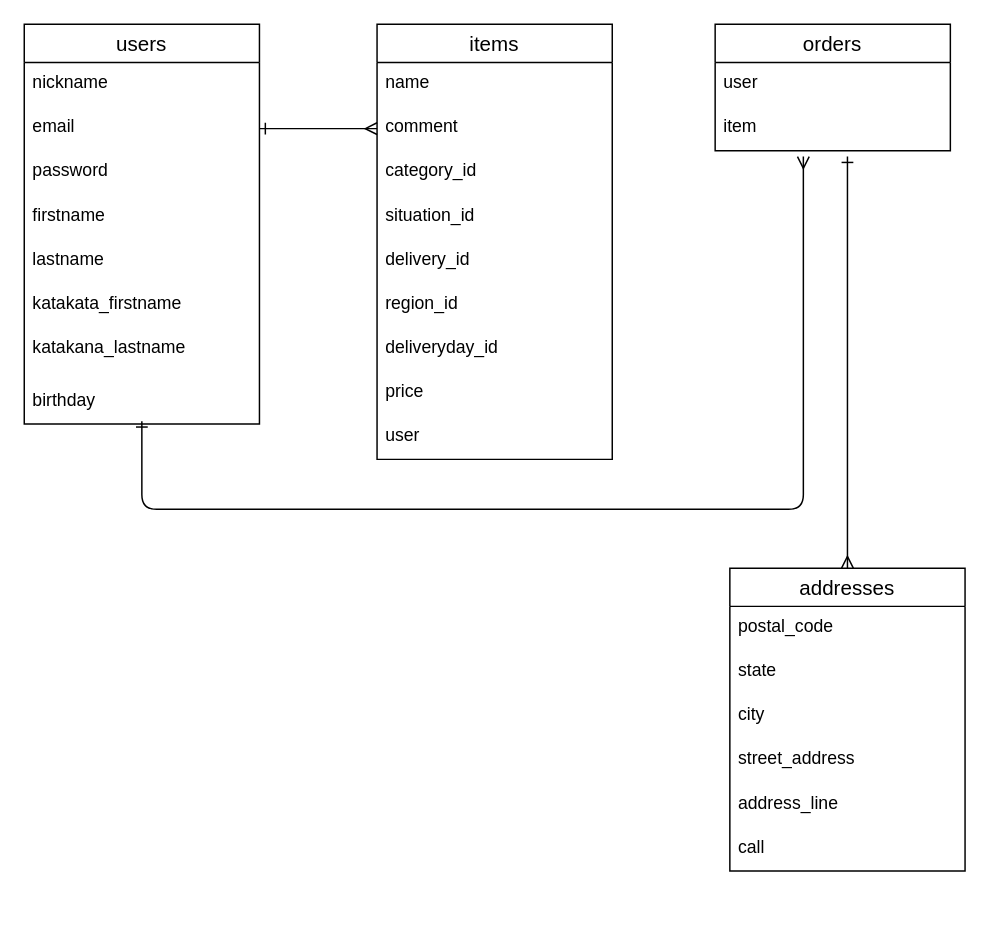
This is ER.dio from RiRi318/furima41235, a draw.io file, before an edit. Source tidied: cells renumbered, new cells numbered last; positions are measured from the earlier drawing's top-left corner, leaving out a move shared by most shapes. Both pictures are drawn from the tidied source at 147%, with x=0, y=0 at pixel (24, 24).
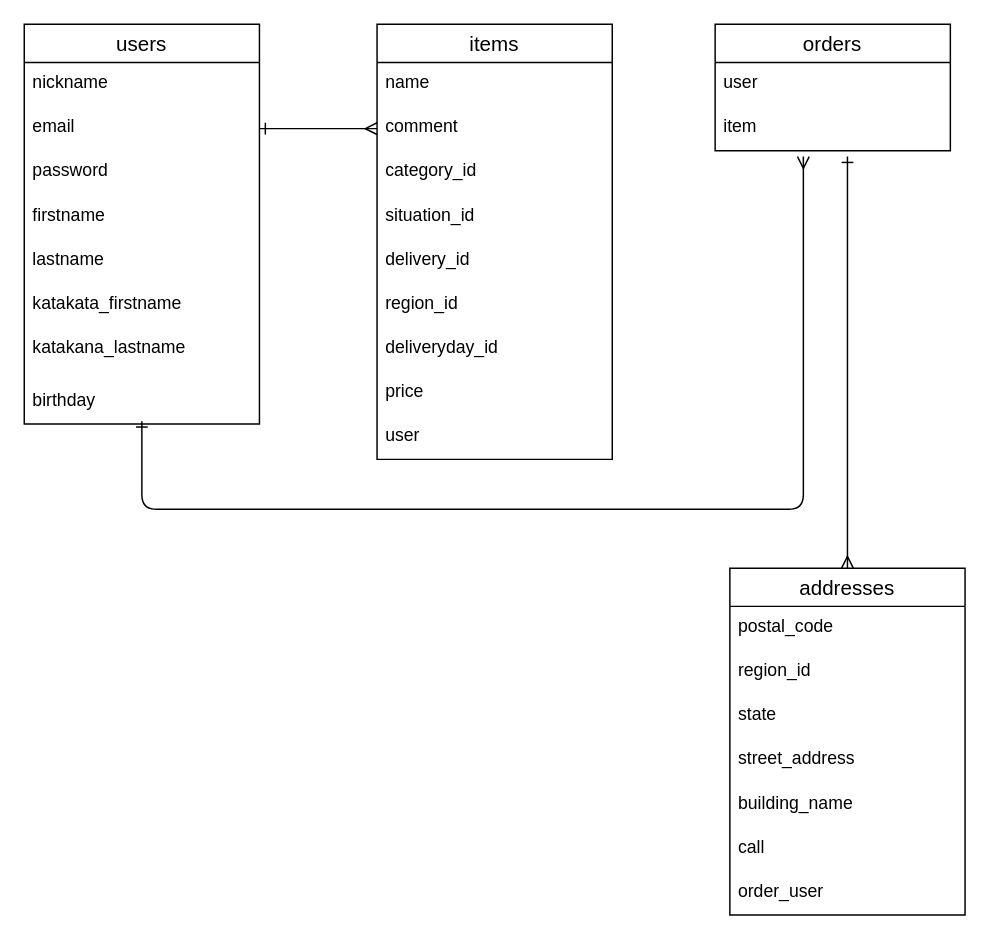
The same diagram, later.

Commit message (it also covers changes not shown here):
READ MEの修正　５

The edit, as a diff of the source:
```diff
@@
     <mxCell id="26" value="addresses" style="swimlane;fontStyle=0;horizontal=1;startSize=26;align=center;fontSize=14;" parent="1" vertex="1">
-      <mxGeometry x="480" y="370" width="160" height="206" as="geometry" />
+      <mxGeometry x="480" y="370" width="160" height="236" as="geometry" />
     </mxCell>
@@
-    <mxCell id="28" value="state" style="text;strokeColor=none;fillColor=none;spacingLeft=4;spacingRight=4;overflow=hidden;fontSize=12;" parent="26" vertex="1">
+    <mxCell id="28" value="region_id" style="text;strokeColor=none;fillColor=none;spacingLeft=4;spacingRight=4;overflow=hidden;fontSize=12;" parent="26" vertex="1">
       <mxGeometry y="56" width="160" height="30" as="geometry" />
     </mxCell>
-    <mxCell id="29" value="city" style="text;strokeColor=none;fillColor=none;spacingLeft=4;spacingRight=4;overflow=hidden;fontSize=12;" parent="26" vertex="1">
+    <mxCell id="29" value="state" style="text;strokeColor=none;fillColor=none;spacingLeft=4;spacingRight=4;overflow=hidden;fontSize=12;" parent="26" vertex="1">
       <mxGeometry y="86" width="160" height="30" as="geometry" />
     </mxCell>
@@
-    <mxCell id="31" value="address_line" style="text;strokeColor=none;fillColor=none;spacingLeft=4;spacingRight=4;overflow=hidden;fontSize=12;" parent="26" vertex="1">
+    <mxCell id="31" value="building_name" style="text;strokeColor=none;fillColor=none;spacingLeft=4;spacingRight=4;overflow=hidden;fontSize=12;" parent="26" vertex="1">
       <mxGeometry y="146" width="160" height="30" as="geometry" />
     </mxCell>
@@
+    <mxCell id="34" value="order_user" style="text;strokeColor=none;fillColor=none;spacingLeft=4;spacingRight=4;overflow=hidden;fontSize=12;" parent="26" vertex="1">
+      <mxGeometry y="206" width="160" height="30" as="geometry" />
+    </mxCell>
```
